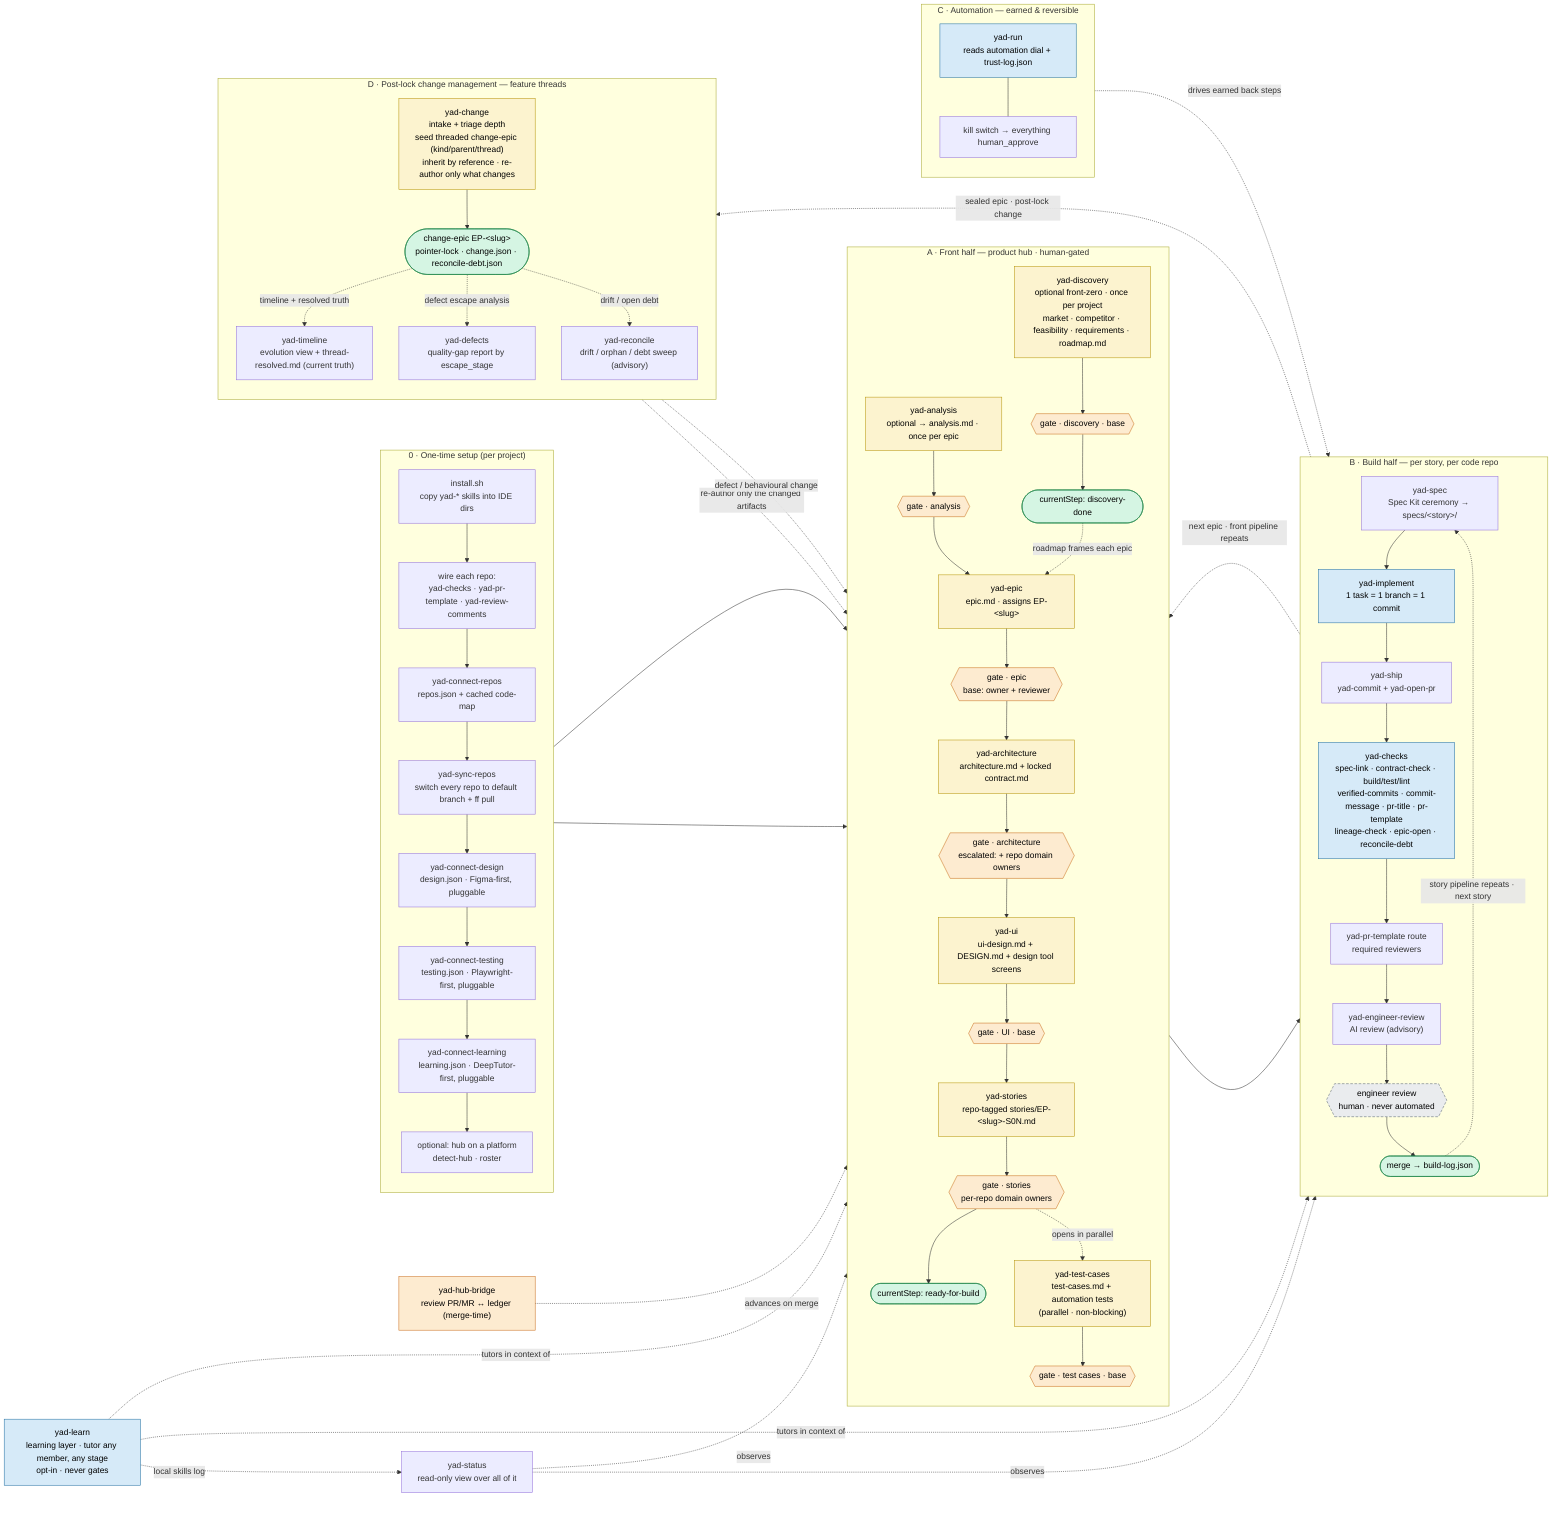
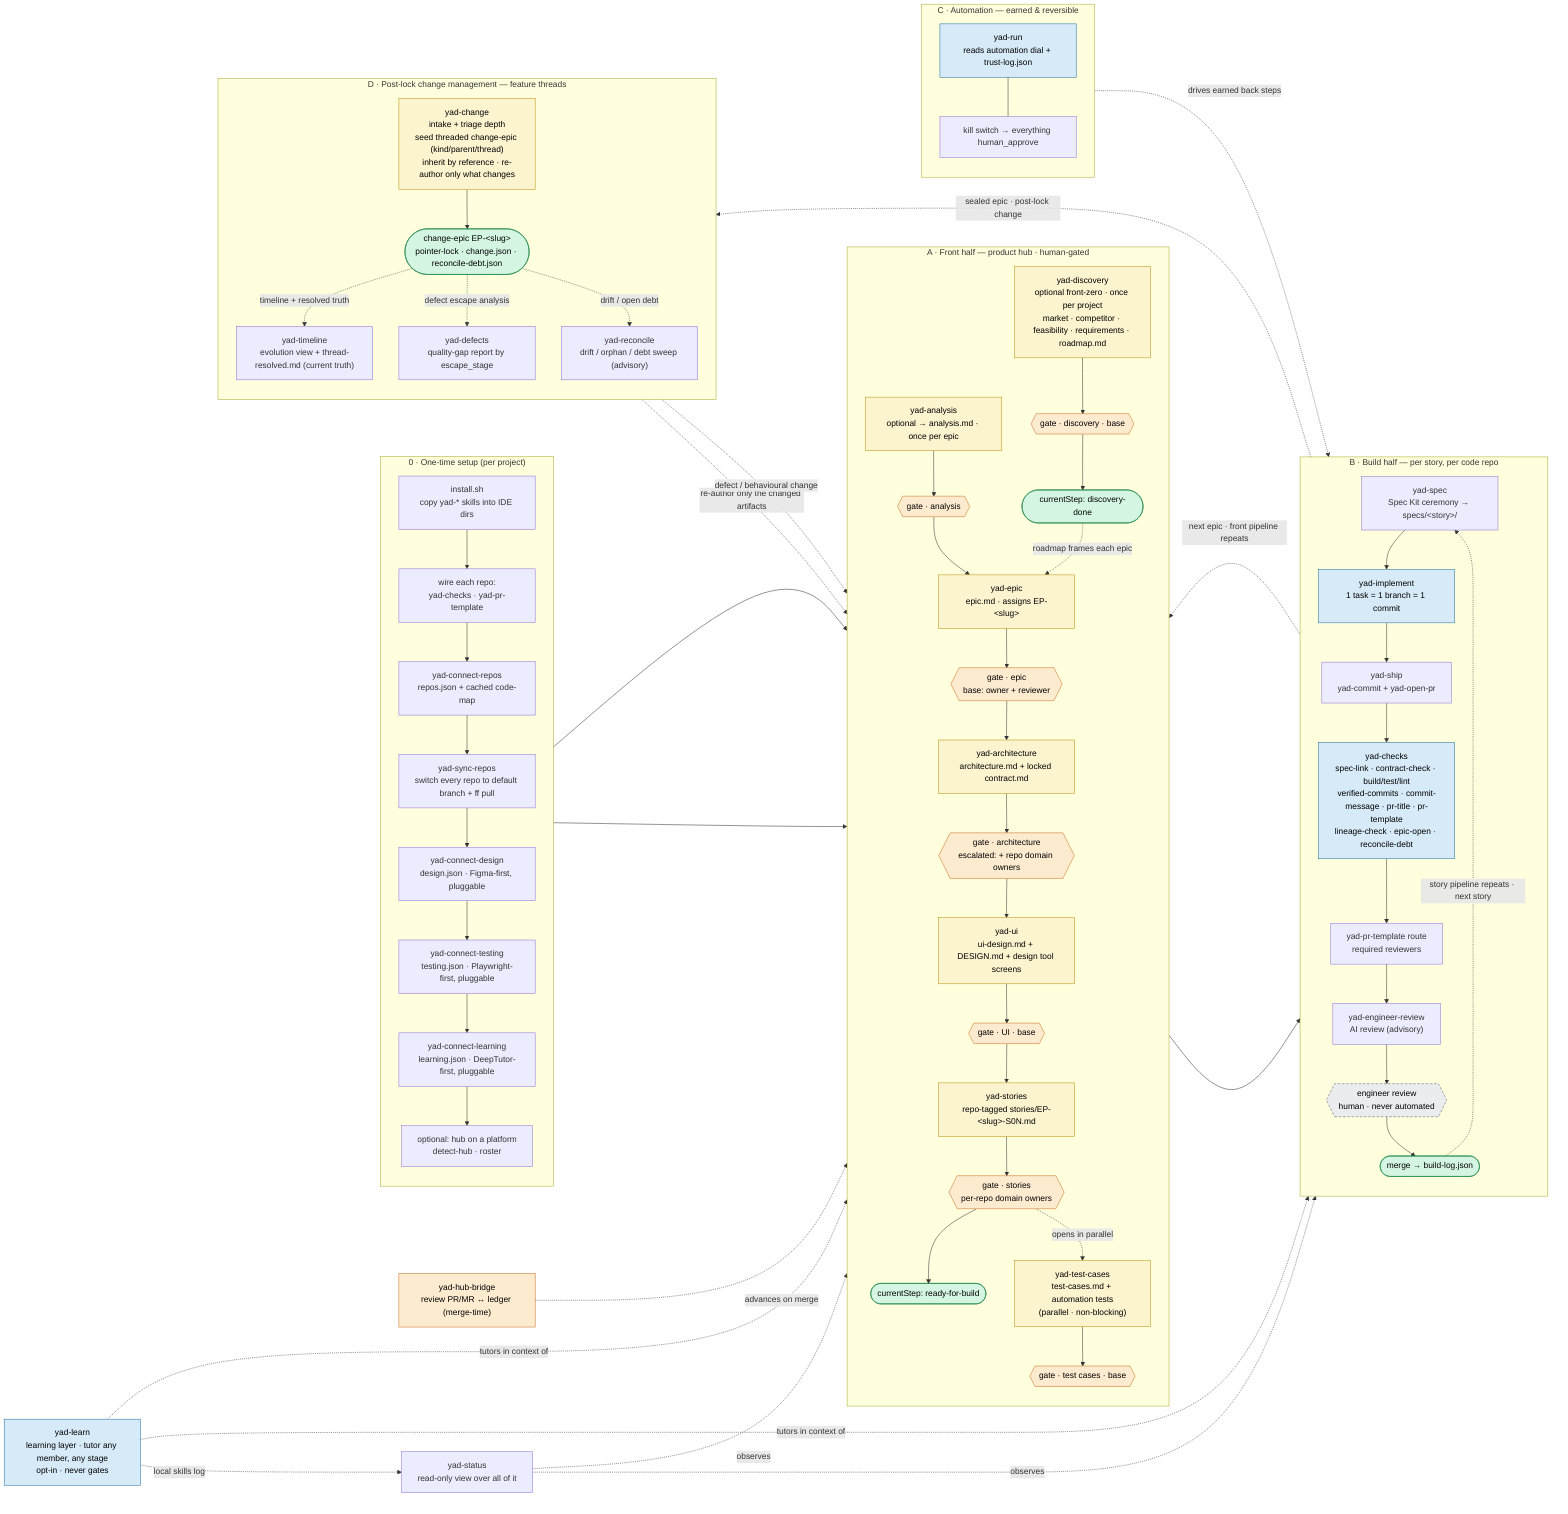
flowchart LR
    classDef gated fill:#fdebd0,stroke:#ca6f1e,color:#000
    classDef earns fill:#d6eaf8,stroke:#2471a3,color:#000
    classDef locked fill:#eaecee,stroke:#566573,color:#000,stroke-dasharray:5 3
    classDef artifact fill:#fcf3cf,stroke:#b7950b,color:#000
    classDef sentinel fill:#d5f5e3,stroke:#1e8449,color:#000

    subgraph SETUP["0 · One-time setup (per project)"]
      direction TB
      inst["install.sh<br/>copy yad-* skills into IDE dirs"]
-       wire["wire each repo:<br/>yad-checks · yad-pr-template · yad-review-comments"]
+       wire["wire each repo:<br/>yad-checks · yad-pr-template"]
      conn["yad-connect-repos<br/>repos.json + cached code-map"]
      sync["yad-sync-repos<br/>switch every repo to default branch + ff pull"]
      cdes["yad-connect-design<br/>design.json · Figma-first, pluggable"]
      ctest["yad-connect-testing<br/>testing.json · Playwright-first, pluggable"]
      clearn["yad-connect-learning<br/>learning.json · DeepTutor-first, pluggable"]
      phub["optional: hub on a platform<br/>detect-hub · roster"]
      inst --> wire --> conn --> sync --> cdes --> ctest --> clearn --> phub
    end

    subgraph FRONT["A · Front half — product hub · human-gated"]
      direction TB
      disc["yad-discovery<br/>optional front-zero · once per project<br/>market · competitor · feasibility · requirements · roadmap.md"]:::artifact
      gDisc{{"gate · discovery · base"}}:::gated
      dd(["currentStep: discovery-done"]):::sentinel
      disc --> gDisc --> dd
      an["yad-analysis<br/>optional → analysis.md · once per epic"]:::artifact
      ep["yad-epic<br/>epic.md · assigns EP-&lt;slug&gt;"]:::artifact
      ar["yad-architecture<br/>architecture.md + locked contract.md"]:::artifact
      ui["yad-ui<br/>ui-design.md + DESIGN.md + design tool screens"]:::artifact
      st["yad-stories<br/>repo-tagged stories/EP-&lt;slug&gt;-S0N.md"]:::artifact
      tc["yad-test-cases<br/>test-cases.md + automation tests<br/>(parallel · non-blocking)"]:::artifact
      gAn{{"gate · analysis"}}:::gated
      gEp{{"gate · epic<br/>base: owner + reviewer"}}:::gated
      gAr{{"gate · architecture<br/>escalated: + repo domain owners"}}:::gated
      gUi{{"gate · UI · base"}}:::gated
      gSt{{"gate · stories<br/>per-repo domain owners"}}:::gated
      gTc{{"gate · test cases · base"}}:::gated
      rfb(["currentStep: ready-for-build"]):::sentinel
      an --> gAn --> ep --> gEp --> ar --> gAr --> ui --> gUi --> st --> gSt --> rfb
      gSt -. opens in parallel .-> tc --> gTc
    end

    subgraph BUILD["B · Build half — per story, per code repo"]
      direction TB
      sp["yad-spec<br/>Spec Kit ceremony → specs/&lt;story&gt;/"]
      im["yad-implement<br/>1 task = 1 branch = 1 commit"]:::earns
      shp["yad-ship<br/>yad-commit + yad-open-pr"]
      ck["yad-checks<br/>spec-link · contract-check · build/test/lint<br/>verified-commits · commit-message · pr-title · pr-template<br/>lineage-check · epic-open · reconcile-debt"]:::earns
      prm["yad-pr-template route<br/>required reviewers"]
      air["yad-engineer-review<br/>AI review (advisory)"]
      eng{{"engineer review<br/>human · never automated"}}:::locked
      merged(["merge → build-log.json"]):::sentinel
      sp --> im --> shp --> ck --> prm --> air --> eng --> merged
    end

    subgraph AUTO["C · Automation — earned & reversible"]
      direction TB
      run["yad-run<br/>reads automation dial + trust-log.json"]:::earns
      kill["kill switch → everything human_approve"]
      run --- kill
    end

    subgraph THREAD["D · Post-lock change management — feature threads"]
      direction TB
      chg["yad-change<br/>intake + triage depth<br/>seed threaded change-epic (kind/parent/thread)<br/>inherit by reference · re-author only what changes"]:::artifact
      cepic(["change-epic EP-&lt;slug&gt;<br/>pointer-lock · change.json · reconcile-debt.json"]):::sentinel
      tl["yad-timeline<br/>evolution view + thread-resolved.md (current truth)"]
      df["yad-defects<br/>quality-gap report by escape_stage"]
      rec["yad-reconcile<br/>drift / orphan / debt sweep (advisory)"]
      chg --> cepic
      cepic -. timeline + resolved truth .-> tl
      cepic -. defect escape analysis .-> df
      cepic -. drift / open debt .-> rec
    end

    phub --> disc
    phub --> an
    dd -. roadmap frames each epic .-> ep
    rfb --> sp
    merged -. story pipeline repeats · next story .-> sp
    merged -. next epic · front pipeline repeats .-> ep
    merged -. sealed epic · post-lock change .-> chg
    cepic -. re-author only the changed artifacts .-> ar
    cepic -. defect / behavioural change .-> st
    run -. drives earned back steps .-> im
    bridge["yad-hub-bridge<br/>review PR/MR ↔ ledger (merge-time)"]:::gated
    bridge -. advances on merge .-> gEp
    status["yad-status<br/>read-only view over all of it"]
    status -. observes .-> FRONT
    status -. observes .-> BUILD
    learn["yad-learn<br/>learning layer · tutor any member, any stage<br/>opt-in · never gates"]:::earns
    learn -. tutors in context of .-> FRONT
    learn -. tutors in context of .-> BUILD
    learn -. local skills log .-> status
